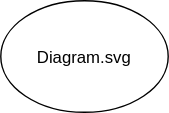
Above: Diagram/diagram.svg in alderg/sandbox (draw.io), before the change. Source tidied: cells renumbered, new cells last; positions are measured from the earlier drawing's top-left corner, leaving out a move shared by most shapes. The source it was exported from:
```xml
<mxGraphModel background="#ffffff">
  <root>
    <mxCell id="0" />
    <mxCell id="1" parent="0" />
    <mxCell id="2" value="Diagram.svg" style="ellipse;whiteSpace=wrap;html=1;fillColor=none;" parent="1" vertex="1">
      <mxGeometry width="120" height="80" as="geometry" />
    </mxCell>
  </root>
</mxGraphModel>
```
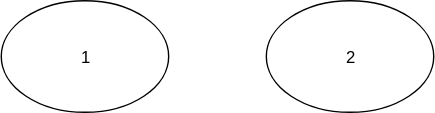
Above is the later version.

Change to the diagram source:
```diff
@@ -2,8 +2,11 @@
   <root>
     <mxCell id="0" />
     <mxCell id="1" parent="0" />
-    <mxCell id="2" value="Diagram.svg" style="ellipse;whiteSpace=wrap;html=1;fillColor=none;" parent="1" vertex="1">
+    <mxCell id="2" value="1" style="ellipse;whiteSpace=wrap;html=1;fillColor=none;" parent="1" vertex="1">
       <mxGeometry width="120" height="80" as="geometry" />
     </mxCell>
+    <mxCell id="3" value="2" style="ellipse;whiteSpace=wrap;html=1;fillColor=none;" parent="1" vertex="1">
+      <mxGeometry x="190" width="120" height="80" as="geometry" />
+    </mxCell>
   </root>
 </mxGraphModel>
```
